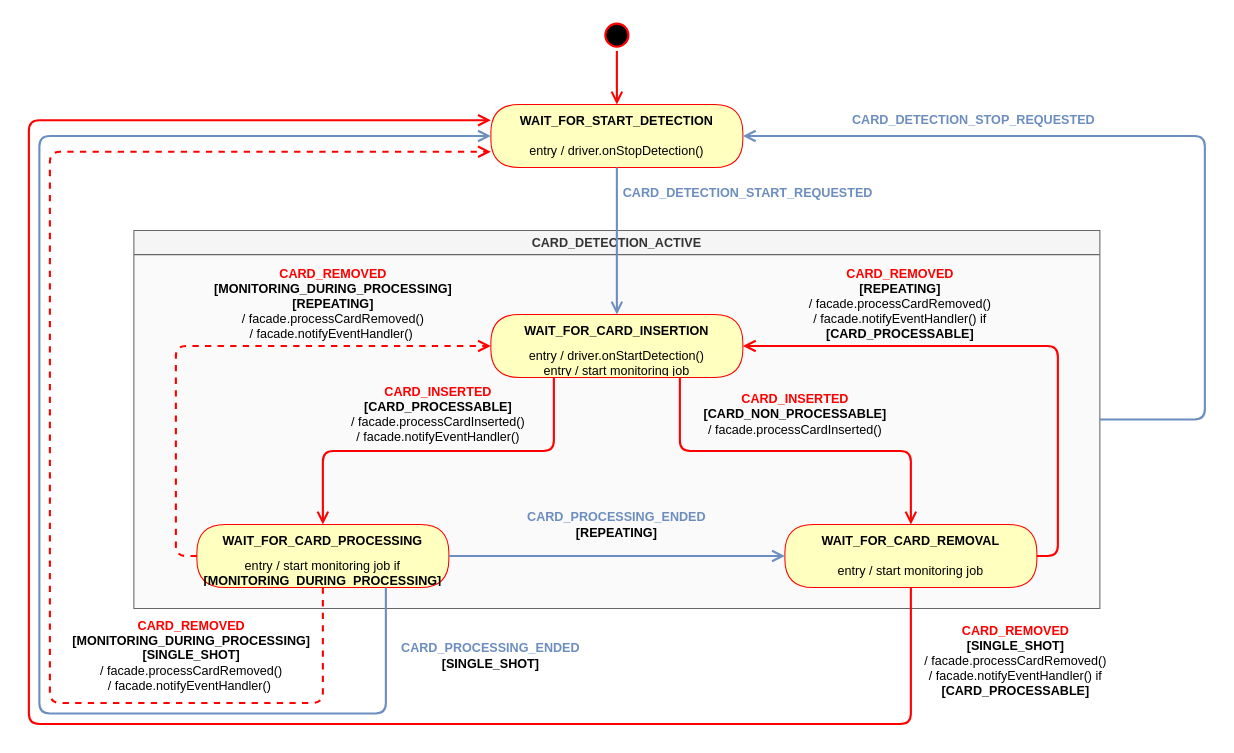
Before: uml/card-reader-observation-fsm.drawio in calypsonet/calypsonet-terminal-reader-uml-api, a draw.io diagram. Source tidied: cells renumbered, new cells numbered last; positions are measured from the earlier drawing's top-left corner, leaving out a move shared by most shapes. Both pictures are drawn from the tidied source at 105%, with x=0, y=0 at pixel (28, 19).
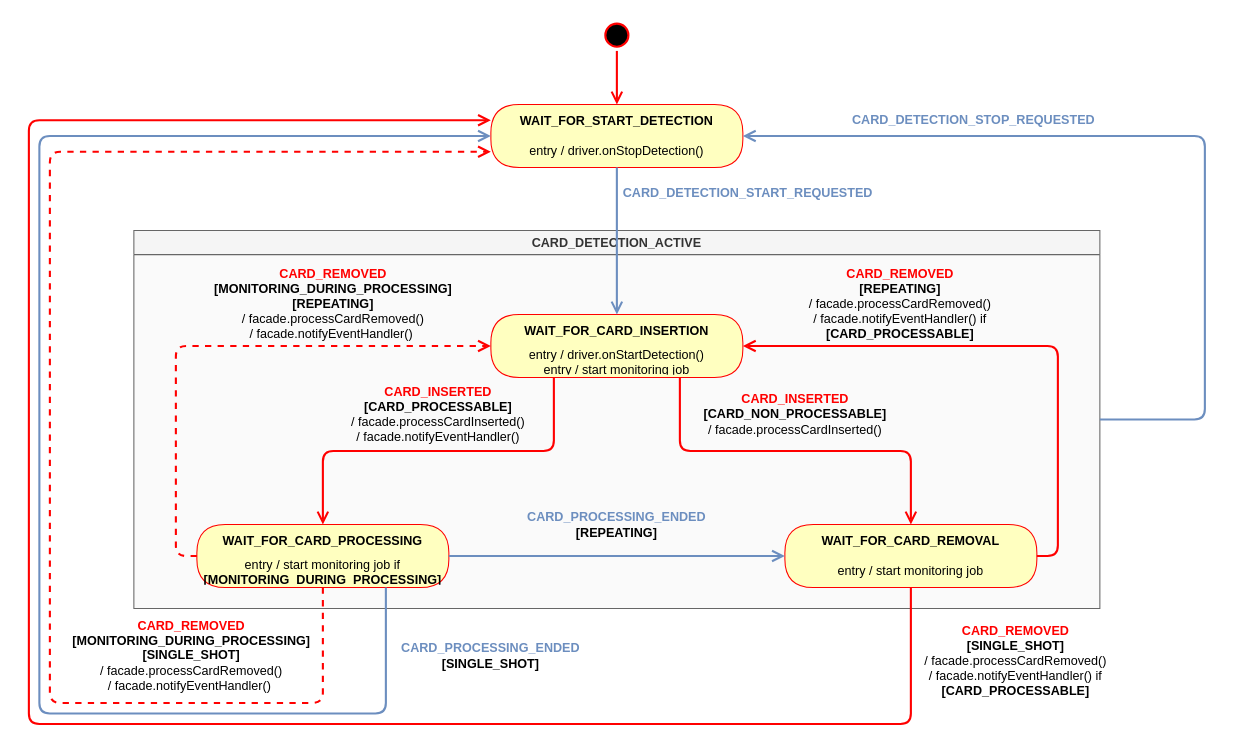
Above is the later version.

Unchanged cells that the change refers to:
```xml
<mxCell id="2" value="CARD_DETECTION_ACTIVE" style="swimlane;whiteSpace=wrap;html=1;fillColor=#f5f5f5;strokeColor=#666666;fontColor=#333333;gradientColor=none;swimlaneFillColor=#FAFAFA;convertToSvg=1;svgWhiteSpace=wrap;" parent="1" vertex="1">
  <mxGeometry x="100" y="201" width="920" height="360" as="geometry" />
</mxCell>
<mxCell id="3" value="WAIT_FOR_CARD_INSERTION" style="swimlane;fontStyle=1;align=center;verticalAlign=middle;horizontal=1;startSize=30;fontColor=#000000;rounded=1;arcSize=30;strokeColor=#ff0000;fillColor=#ffffc0;swimlaneFillColor=#ffffc0;strokeWidth=1;swimlaneLine=0;" parent="2" vertex="1">
  <mxGeometry x="340" y="80" width="240" height="60" as="geometry" />
</mxCell>
```

Change to the diagram source:
```diff
@@
-    <mxCell id="4" value="entry / driver.onStartDetection()&lt;div&gt;entry / start monitoring job&lt;/div&gt;" style="text;html=1;strokeColor=none;fillColor=none;align=center;verticalAlign=middle;spacingLeft=4;spacingRight=4;whiteSpace=wrap;overflow=hidden;fontColor=#000000;convertToSvg=1;svgWhiteSpace=wrap;" parent="3" vertex="1">
+    <mxCell id="4" value="entry / driver.onStartDetection()&lt;div&gt;entry / start monitoring job&lt;/div&gt;" style="text;html=1;strokeColor=none;fillColor=none;align=center;verticalAlign=bottom;spacingLeft=4;spacingRight=4;whiteSpace=wrap;overflow=hidden;fontColor=#000000;convertToSvg=1;svgWhiteSpace=wrap;" parent="3" vertex="1">
       <mxGeometry y="30" width="240" height="30" as="geometry" />
     </mxCell>
@@
-    <mxCell id="6" value="WAIT_FOR_CARD_PROCESSING" style="swimlane;fontStyle=1;align=center;verticalAlign=middle;horizontal=1;startSize=30;fontColor=#000000;rounded=1;arcSize=30;strokeColor=#ff0000;fillColor=#ffffc0;swimlaneFillColor=#ffffc0;strokeWidth=1;swimlaneLine=0;" parent="2" vertex="1">
+    <mxCell id="6" value="WAIT_FOR_CARD_PROCESSING" style="swimlane;fontStyle=1;align=center;verticalAlign=middle;horizontal=1;startSize=30;fontColor=#000000;rounded=1;arcSize=30;strokeColor=#ff0000;fillColor=#ffffc0;swimlaneFillColor=#ffffc0;strokeWidth=1;swimlaneLine=0;glass=0;shadow=0;" parent="2" vertex="1">
       <mxGeometry x="60" y="280" width="240" height="60" as="geometry" />
     </mxCell>
-    <mxCell id="7" value="entry / start monitoring job if &lt;b style=&quot;&quot;&gt;[MONITORING_DURING_PROCESSING]&lt;/b&gt;" style="text;html=1;strokeColor=none;fillColor=none;align=center;verticalAlign=middle;spacingLeft=4;spacingRight=4;whiteSpace=wrap;overflow=hidden;fontColor=#000000;convertToSvg=1;svgWhiteSpace=wrap;" parent="6" vertex="1">
+    <mxCell id="7" value="entry / start monitoring job if &lt;b style=&quot;&quot;&gt;[MONITORING_DURING_PROCESSING]&lt;/b&gt;" style="text;html=1;strokeColor=none;fillColor=none;align=center;verticalAlign=bottom;spacingLeft=4;spacingRight=4;whiteSpace=wrap;overflow=hidden;fontColor=#000000;convertToSvg=1;svgWhiteSpace=wrap;" parent="6" vertex="1">
       <mxGeometry y="30" width="240" height="30" as="geometry" />
     </mxCell>
```
